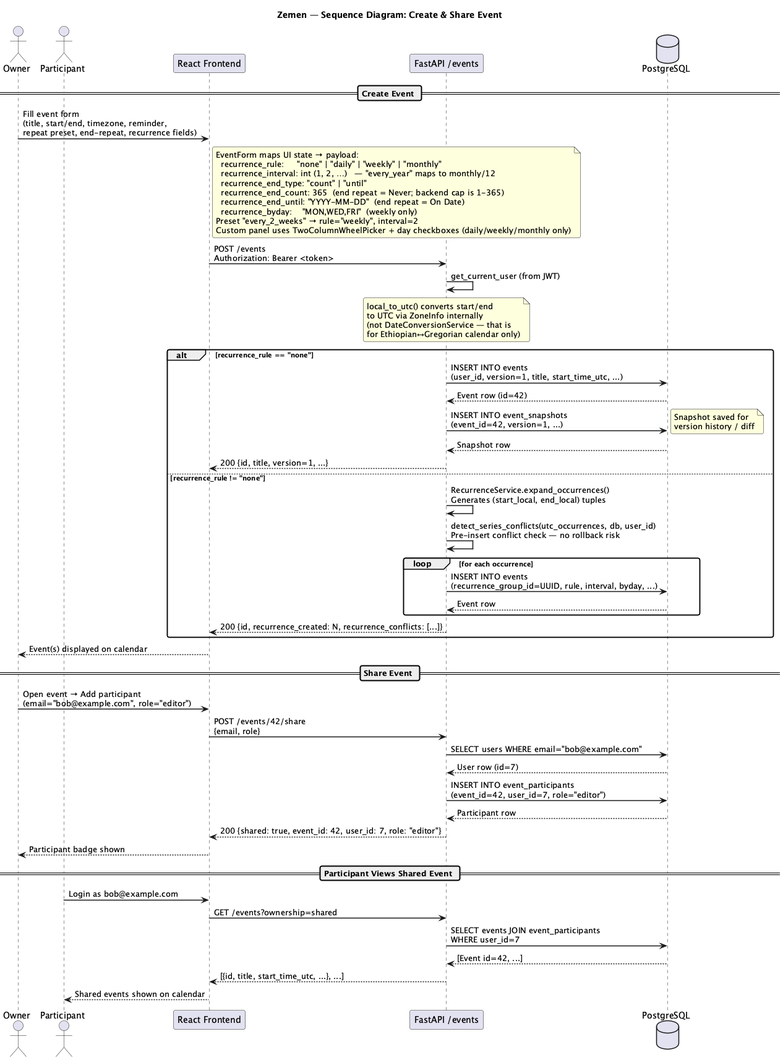
Before: UML diagrams/Sequence_Create_Event.png, a diagram exported from PlantUML (aklesiaberihu/Dual-Calendar-). Its diagram source:
```plantuml
@startuml Sequence_Create_Event
title Zemen — Sequence Diagram: Create & Share Event

skinparam sequenceArrowThickness 1.5
skinparam roundcorner 6
skinparam FontName Arial

actor       "Owner"          as O
actor       "Participant"     as P
participant "React Frontend"  as FE
participant "FastAPI /events" as EV
database    "PostgreSQL"      as DB

== Create Event ==

O -> FE : Fill event form\n(title, start/end, timezone, reminder,\nrepeat preset, end-repeat, recurrence fields)
note right of FE
  EventForm maps UI state → payload:
    recurrence_rule:     "none" | "daily" | "weekly" | "monthly"
    recurrence_interval: int (1, 2, …)   — "every_year" maps to monthly/12
    recurrence_end_type: "count" | "until"
    recurrence_end_count: 365  (end repeat = Never; backend cap is 1-365)
    recurrence_end_until: "YYYY-MM-DD"  (end repeat = On Date)
    recurrence_byday:    "MON,WED,FRI"  (weekly only)
  Preset "every_2_weeks" → rule="weekly", interval=2
  Custom panel uses TwoColumnWheelPicker + day checkboxes (daily/weekly/monthly only)
end note
FE -> EV : POST /events\nAuthorization: Bearer <token>
EV -> EV : get_current_user (from JWT)
note over EV : local_to_utc() converts start/end\nto UTC via ZoneInfo internally\n(not DateConversionService — that is\nfor Ethiopian↔Gregorian calendar only)
alt recurrence_rule == "none"
  EV -> DB : INSERT INTO events\n(user_id, version=1, title, start_time_utc, ...)
  DB --> EV : Event row (id=42)
  EV -> DB : INSERT INTO event_snapshots\n(event_id=42, version=1, ...)
  note right : Snapshot saved for\nversion history / diff
  DB --> EV : Snapshot row
  EV --> FE : 200 {id, title, version=1, ...}
else recurrence_rule != "none"
  EV -> EV : RecurrenceService.expand_occurrences()\nGenerates (start_local, end_local) tuples
  EV -> EV : detect_series_conflicts(utc_occurrences, db, user_id)\nPre-insert conflict check — no rollback risk
  loop for each occurrence
    EV -> DB : INSERT INTO events\n(recurrence_group_id=UUID, rule, interval, byday, ...)
    DB --> EV : Event row
  end
  EV --> FE : 200 {id, recurrence_created: N, recurrence_conflicts: [...]}
end
FE --> O : Event(s) displayed on calendar

== Share Event ==

O -> FE : Open event → Add participant\n(email="bob@example.com", role="editor")
FE -> EV : POST /events/42/share\n{email, role}
EV -> DB : SELECT users WHERE email="bob@example.com"
DB --> EV : User row (id=7)
EV -> DB : INSERT INTO event_participants\n(event_id=42, user_id=7, role="editor")
DB --> EV : Participant row
EV --> FE : 200 {shared: true, event_id: 42, user_id: 7, role: "editor"}
FE --> O : Participant badge shown

== Participant Views Shared Event ==

P -> FE : Login as bob@example.com
FE -> EV : GET /events?ownership=shared
EV -> DB : SELECT events JOIN event_participants\nWHERE user_id=7
DB --> EV : [Event id=42, ...]
EV --> FE : [{id, title, start_time_utc, ...}, ...]
FE --> P : Shared events shown on calendar

@enduml
```
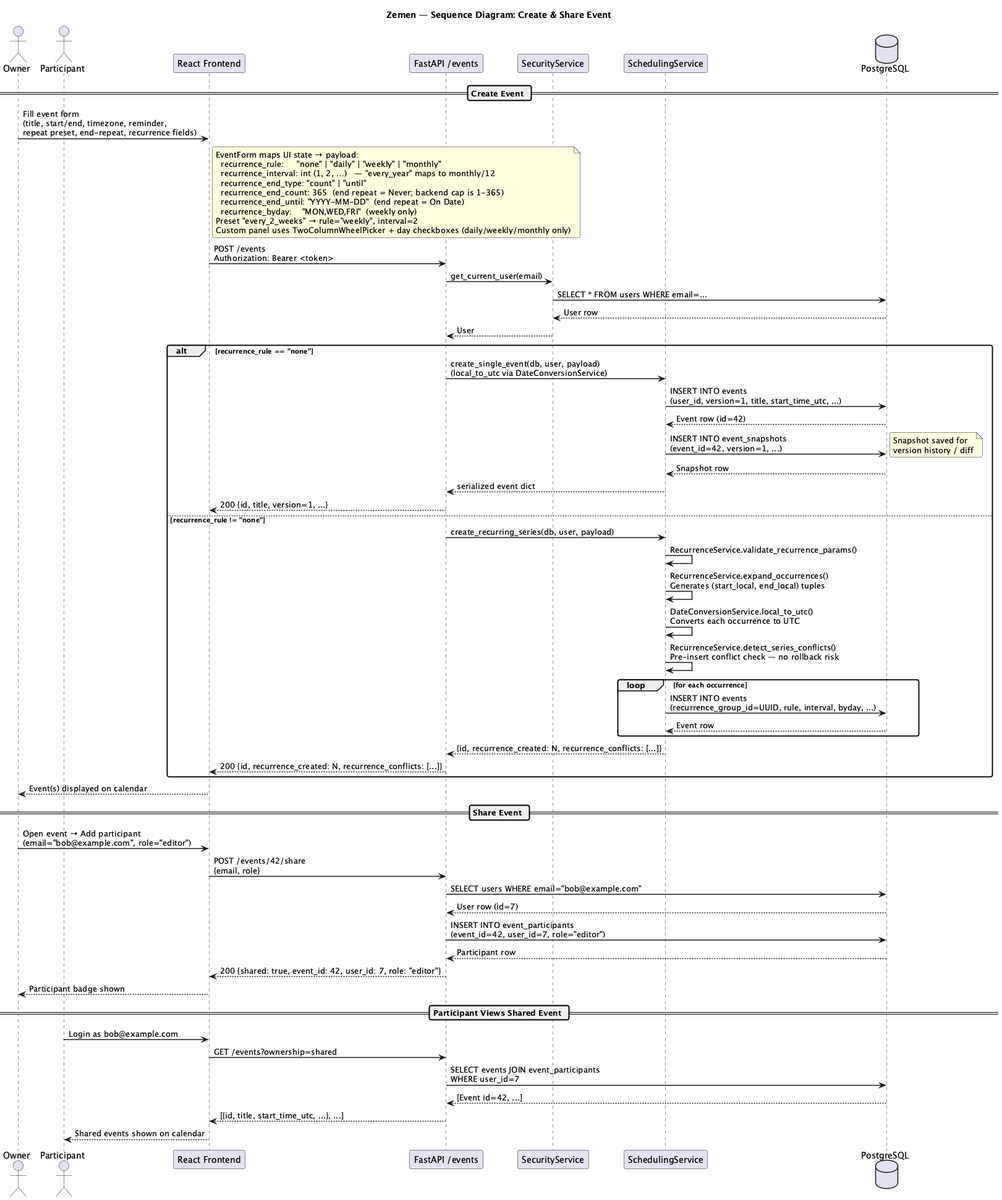
Later version of the same file.

The edit, as a diff of the source:
```diff
@@ -9,6 +9,8 @@
 actor       "Participant"     as P
 participant "React Frontend"  as FE
 participant "FastAPI /events" as EV
+participant "SecurityService" as SEC
+participant "SchedulingService" as SCHED
 database    "PostgreSQL"      as DB
 
 == Create Event ==
@@ -26,22 +28,30 @@
   Custom panel uses TwoColumnWheelPicker + day checkboxes (daily/weekly/monthly only)
 end note
 FE -> EV : POST /events\nAuthorization: Bearer <token>
-EV -> EV : get_current_user (from JWT)
-note over EV : local_to_utc() converts start/end\nto UTC via ZoneInfo internally\n(not DateConversionService — that is\nfor Ethiopian↔Gregorian calendar only)
+EV -> SEC : get_current_user(email)
+SEC -> DB : SELECT * FROM users WHERE email=...
+DB --> SEC : User row
+SEC --> EV : User
 alt recurrence_rule == "none"
-  EV -> DB : INSERT INTO events\n(user_id, version=1, title, start_time_utc, ...)
-  DB --> EV : Event row (id=42)
-  EV -> DB : INSERT INTO event_snapshots\n(event_id=42, version=1, ...)
+  EV -> SCHED : create_single_event(db, user, payload)\n(local_to_utc via DateConversionService)
+  SCHED -> DB : INSERT INTO events\n(user_id, version=1, title, start_time_utc, ...)
+  DB --> SCHED : Event row (id=42)
+  SCHED -> DB : INSERT INTO event_snapshots\n(event_id=42, version=1, ...)
   note right : Snapshot saved for\nversion history / diff
-  DB --> EV : Snapshot row
+  DB --> SCHED : Snapshot row
+  SCHED --> EV : serialized event dict
   EV --> FE : 200 {id, title, version=1, ...}
 else recurrence_rule != "none"
-  EV -> EV : RecurrenceService.expand_occurrences()\nGenerates (start_local, end_local) tuples
-  EV -> EV : detect_series_conflicts(utc_occurrences, db, user_id)\nPre-insert conflict check — no rollback risk
+  EV -> SCHED : create_recurring_series(db, user, payload)
+  SCHED -> SCHED : RecurrenceService.validate_recurrence_params()
+  SCHED -> SCHED : RecurrenceService.expand_occurrences()\nGenerates (start_local, end_local) tuples
+  SCHED -> SCHED : DateConversionService.local_to_utc()\nConverts each occurrence to UTC
+  SCHED -> SCHED : RecurrenceService.detect_series_conflicts()\nPre-insert conflict check — no rollback risk
   loop for each occurrence
-    EV -> DB : INSERT INTO events\n(recurrence_group_id=UUID, rule, interval, byday, ...)
-    DB --> EV : Event row
+    SCHED -> DB : INSERT INTO events\n(recurrence_group_id=UUID, rule, interval, byday, ...)
+    DB --> SCHED : Event row
   end
+  SCHED --> EV : {id, recurrence_created: N, recurrence_conflicts: [...]}
   EV --> FE : 200 {id, recurrence_created: N, recurrence_conflicts: [...]}
 end
 FE --> O : Event(s) displayed on calendar
```
